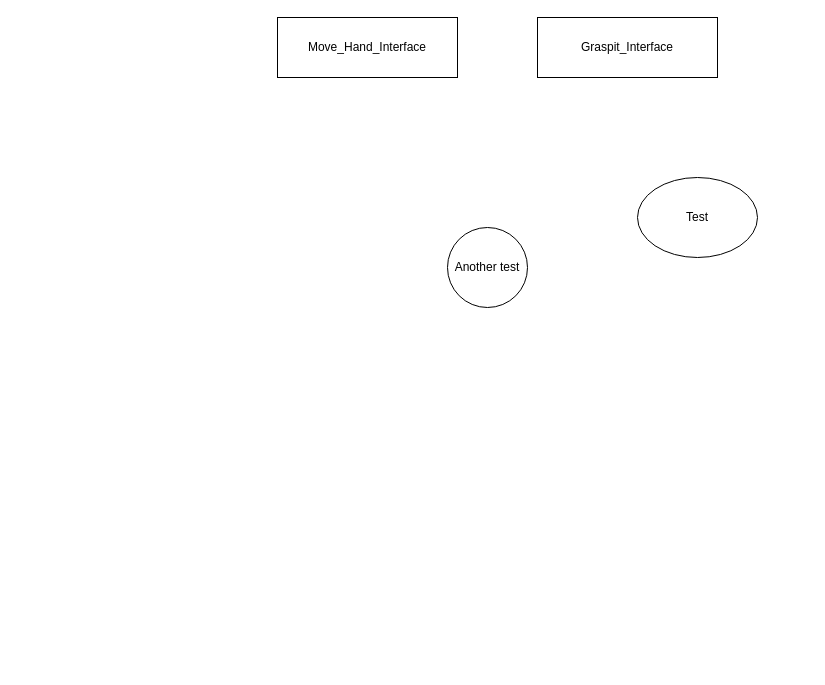
This is System_diagram.drawio from RoboticsAAU/hand_prosthesis_rl_control_pkgs, a draw.io file, before an edit. Source tidied: cells renumbered, new cells numbered last; positions are measured from the earlier drawing's top-left corner, leaving out a move shared by most shapes. Both pictures are drawn from the tidied source at 100%, with x=0, y=0 at pixel (277, 17).
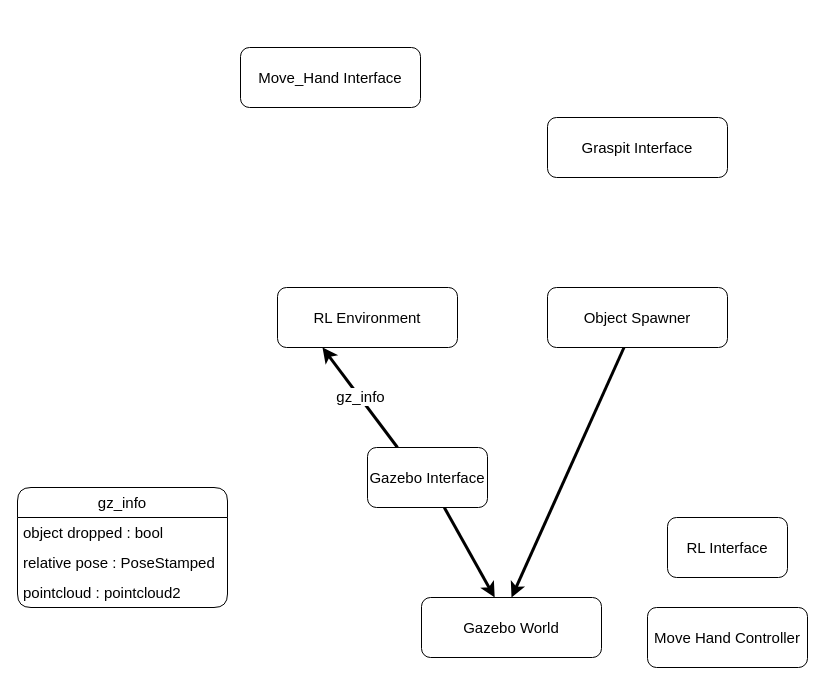
After the change.

Commit message:
Updated system diagram

What changed in the source:
```diff
@@
 <mxGraphModel>
   <root>
     <mxCell id="0" />
     <mxCell id="1" parent="0" />
-    <mxCell id="2" value="Move_Hand_Interface" style="rounded=0;whiteSpace=wrap;html=1;" parent="1" vertex="1">
-      <mxGeometry width="180" height="60" as="geometry" />
+    <mxCell id="2" value="Move_Hand Interface" style="rounded=1;whiteSpace=wrap;html=1;strokeWidth=1;fontSize=15;" parent="1" vertex="1">
+      <mxGeometry x="-37" y="30" width="180" height="60" as="geometry" />
     </mxCell>
-    <mxCell id="3" value="Another test" style="ellipse;whiteSpace=wrap;html=1;" parent="1" vertex="1">
-      <mxGeometry x="170" y="210" width="80" height="80" as="geometry" />
-    </mxCell>
-    <mxCell id="4" value="Graspit_Interface" style="rounded=0;whiteSpace=wrap;html=1;" parent="1" vertex="1">
-      <mxGeometry x="260" width="180" height="60" as="geometry" />
+    <mxCell id="4" value="Graspit Interface" style="rounded=1;whiteSpace=wrap;html=1;fontSize=15;" parent="1" vertex="1">
+      <mxGeometry x="270" y="100" width="180" height="60" as="geometry" />
     </mxCell>
-    <mxCell id="5" value="Test" style="ellipse;whiteSpace=wrap;html=1;" parent="1" vertex="1">
-      <mxGeometry x="360" y="160" width="120" height="80" as="geometry" />
-    </mxCell>
+    <mxCell id="6" value="RL Environment" style="rounded=1;whiteSpace=wrap;html=1;strokeWidth=1;fontSize=15;" parent="1" vertex="1">
+      <mxGeometry y="270" width="180" height="60" as="geometry" />
+    </mxCell>
+    <mxCell id="7" style="edgeStyle=none;html=1;entryX=0.5;entryY=0;entryDx=0;entryDy=0;strokeWidth=3;fontSize=15;" parent="1" edge="1" source="8" target="11">
+      <mxGeometry relative="1" as="geometry" />
+    </mxCell>
+    <mxCell id="8" value="Object Spawner" style="rounded=1;whiteSpace=wrap;html=1;strokeWidth=1;fontSize=15;" parent="1" vertex="1">
+      <mxGeometry x="270" y="270" width="180" height="60" as="geometry" />
+    </mxCell>
+    <mxCell id="9" style="edgeStyle=none;html=1;exitX=0.25;exitY=0;exitDx=0;exitDy=0;entryX=0.25;entryY=1;entryDx=0;entryDy=0;strokeWidth=3;fontSize=15;" parent="1" edge="1" source="15" target="6">
+      <mxGeometry relative="1" as="geometry" />
+    </mxCell>
+    <mxCell id="10" value="gz_info" style="edgeLabel;html=1;align=center;verticalAlign=middle;fontSize=15;" parent="9" vertex="1">
+      <mxGeometry x="0.33" relative="1" as="geometry">
+        <mxPoint x="12" y="15" as="offset" />
+      </mxGeometry>
+    </mxCell>
+    <mxCell id="11" value="Gazebo World" style="rounded=1;whiteSpace=wrap;html=1;strokeWidth=1;fontSize=15;" parent="1" vertex="1">
+      <mxGeometry x="144" y="580" width="180" height="60" as="geometry" />
+    </mxCell>
+    <mxCell id="12" value="&lt;font style=&quot;font-size: 15px;&quot;&gt;Move Hand Controller&lt;/font&gt;" style="rounded=1;whiteSpace=wrap;html=1;" parent="1" vertex="1">
+      <mxGeometry x="370" y="590" width="160" height="60" as="geometry" />
+    </mxCell>
+    <mxCell id="13" value="&lt;font style=&quot;font-size: 15px;&quot;&gt;RL Interface&lt;/font&gt;" style="rounded=1;whiteSpace=wrap;html=1;" parent="1" vertex="1">
+      <mxGeometry x="390" y="500" width="120" height="60" as="geometry" />
+    </mxCell>
+    <mxCell id="14" style="edgeStyle=none;html=1;strokeWidth=3;fontSize=15;" parent="1" edge="1" source="15" target="11">
+      <mxGeometry relative="1" as="geometry" />
+    </mxCell>
+    <mxCell id="15" value="&lt;font style=&quot;font-size: 15px;&quot;&gt;Gazebo Interface&lt;/font&gt;" style="rounded=1;whiteSpace=wrap;html=1;" parent="1" vertex="1">
+      <mxGeometry x="90" y="430" width="120" height="60" as="geometry" />
+    </mxCell>
+    <mxCell id="16" value="gz_info" style="swimlane;fontStyle=0;horizontal=1;startSize=30;whiteSpace=wrap;html=1;rounded=1;strokeWidth=1;fontSize=15;" parent="1" vertex="1">
+      <mxGeometry x="-260" y="470" width="210" height="120" as="geometry" />
+    </mxCell>
+    <mxCell id="17" value="object dropped : bool" style="text;strokeColor=none;fillColor=none;align=left;verticalAlign=middle;spacingLeft=4;spacingRight=4;overflow=hidden;whiteSpace=wrap;html=1;rounded=1;strokeWidth=1;fontSize=15;" parent="16" vertex="1">
+      <mxGeometry y="30" width="210" height="30" as="geometry" />
+    </mxCell>
+    <mxCell id="18" value="relative pose : PoseStamped" style="text;strokeColor=none;fillColor=none;align=left;verticalAlign=middle;spacingLeft=4;spacingRight=4;overflow=hidden;whiteSpace=wrap;html=1;rounded=1;strokeWidth=1;fontSize=15;" parent="16" vertex="1">
+      <mxGeometry y="60" width="210" height="30" as="geometry" />
+    </mxCell>
+    <mxCell id="19" value="pointcloud : pointcloud2" style="text;strokeColor=none;fillColor=none;align=left;verticalAlign=middle;spacingLeft=4;spacingRight=4;overflow=hidden;whiteSpace=wrap;html=1;rounded=1;strokeWidth=1;fontSize=15;" parent="16" vertex="1">
+      <mxGeometry y="90" width="210" height="30" as="geometry" />
+    </mxCell>
   </root>
 </mxGraphModel>
```
